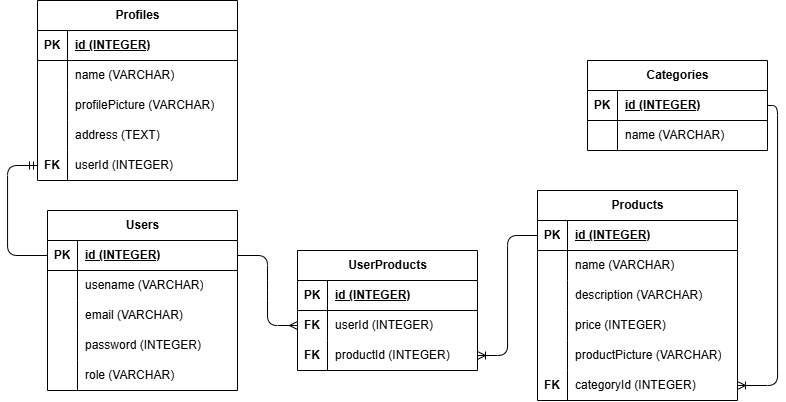
The draw.io diagram schema.drawio.png in MuhammadFarrasDaffa/pair-project-phase-1-HCK90, before a commit. Source tidied: cells renumbered, new cells last; positions are measured from the earlier drawing's top-left corner, leaving out a move shared by most shapes. Its diagram source:
```xml
<mxGraphModel>
  <root>
    <mxCell id="0" />
    <mxCell id="1" parent="0" />
    <mxCell id="2" value="Products" style="shape=table;startSize=30;rowLines=0;fontStyle=1;align=center;html=1;" parent="1" vertex="1">
      <mxGeometry x="530" y="190" width="200" height="210" as="geometry" />
    </mxCell>
    <mxCell id="3" style="shape=tableRow;horizontal=0;startSize=0;swimlaneHead=0;swimlaneBody=0;fillColor=none;points=[[0,0.5],[1,0.5]];portConstraint=eastwest;top=0;left=0;right=0;bottom=1;" parent="2" vertex="1">
      <mxGeometry y="30" width="200" height="30" as="geometry" />
    </mxCell>
    <mxCell id="4" value="PK" style="shape=partialRectangle;fillColor=none;top=0;left=0;bottom=0;right=0;fontStyle=1;overflow=hidden;whiteSpace=wrap;html=1;" parent="3" vertex="1">
      <mxGeometry width="30" height="30" as="geometry" />
    </mxCell>
    <mxCell id="5" value="id (INTEGER)" style="shape=partialRectangle;fillColor=none;top=0;left=0;bottom=0;right=0;align=left;spacingLeft=6;fontStyle=5;overflow=hidden;whiteSpace=wrap;html=1;" parent="3" vertex="1">
      <mxGeometry x="30" width="170" height="30" as="geometry" />
    </mxCell>
    <mxCell id="6" style="shape=tableRow;horizontal=0;startSize=0;swimlaneHead=0;swimlaneBody=0;fillColor=none;top=0;left=0;right=0;bottom=0;" parent="2" vertex="1">
      <mxGeometry y="60" width="200" height="30" as="geometry" />
    </mxCell>
    <mxCell id="7" style="shape=partialRectangle;fillColor=none;top=0;left=0;bottom=0;right=0;overflow=hidden;whiteSpace=wrap;html=1;" parent="6" vertex="1">
      <mxGeometry width="30" height="30" as="geometry" />
    </mxCell>
    <mxCell id="8" value="name (VARCHAR)" style="shape=partialRectangle;fillColor=none;top=0;left=0;bottom=0;right=0;align=left;spacingLeft=6;overflow=hidden;whiteSpace=wrap;html=1;" parent="6" vertex="1">
      <mxGeometry x="30" width="170" height="30" as="geometry" />
    </mxCell>
    <mxCell id="9" style="shape=tableRow;horizontal=0;startSize=0;swimlaneHead=0;swimlaneBody=0;fillColor=none;top=0;left=0;right=0;bottom=0;" parent="2" vertex="1">
      <mxGeometry y="90" width="200" height="30" as="geometry" />
    </mxCell>
    <mxCell id="10" style="shape=partialRectangle;fillColor=none;top=0;left=0;bottom=0;right=0;overflow=hidden;whiteSpace=wrap;html=1;" parent="9" vertex="1">
      <mxGeometry width="30" height="30" as="geometry" />
    </mxCell>
    <mxCell id="11" value="description (VARCHAR)" style="shape=partialRectangle;fillColor=none;top=0;left=0;bottom=0;right=0;align=left;spacingLeft=6;overflow=hidden;whiteSpace=wrap;html=1;" parent="9" vertex="1">
      <mxGeometry x="30" width="170" height="30" as="geometry" />
    </mxCell>
    <mxCell id="12" style="shape=tableRow;horizontal=0;startSize=0;swimlaneHead=0;swimlaneBody=0;fillColor=none;top=0;left=0;right=0;bottom=0;" parent="2" vertex="1">
      <mxGeometry y="120" width="200" height="30" as="geometry" />
    </mxCell>
    <mxCell id="13" style="shape=partialRectangle;fillColor=none;top=0;left=0;bottom=0;right=0;overflow=hidden;whiteSpace=wrap;html=1;" parent="12" vertex="1">
      <mxGeometry width="30" height="30" as="geometry" />
    </mxCell>
    <mxCell id="14" value="price (INTEGER)" style="shape=partialRectangle;fillColor=none;top=0;left=0;bottom=0;right=0;align=left;spacingLeft=6;overflow=hidden;whiteSpace=wrap;html=1;" parent="12" vertex="1">
      <mxGeometry x="30" width="170" height="30" as="geometry" />
    </mxCell>
    <mxCell id="15" style="shape=tableRow;horizontal=0;startSize=0;swimlaneHead=0;swimlaneBody=0;fillColor=none;top=0;left=0;right=0;bottom=0;" parent="2" vertex="1">
      <mxGeometry y="150" width="200" height="30" as="geometry" />
    </mxCell>
    <mxCell id="16" style="shape=partialRectangle;fillColor=none;top=0;left=0;bottom=0;right=0;overflow=hidden;whiteSpace=wrap;html=1;" parent="15" vertex="1">
      <mxGeometry width="30" height="30" as="geometry" />
    </mxCell>
    <mxCell id="17" value="productPicture (VARCHAR)" style="shape=partialRectangle;fillColor=none;top=0;left=0;bottom=0;right=0;align=left;spacingLeft=6;overflow=hidden;whiteSpace=wrap;html=1;" parent="15" vertex="1">
      <mxGeometry x="30" width="170" height="30" as="geometry" />
    </mxCell>
    <mxCell id="18" style="shape=tableRow;horizontal=0;startSize=0;swimlaneHead=0;swimlaneBody=0;fillColor=none;points=[[0,0.5],[1,0.5]];portConstraint=eastwest;top=0;left=0;right=0;bottom=0;" parent="2" vertex="1">
      <mxGeometry y="180" width="200" height="30" as="geometry" />
    </mxCell>
    <mxCell id="19" value="&lt;b&gt;FK&lt;/b&gt;" style="shape=partialRectangle;fillColor=none;top=0;left=0;bottom=0;right=0;overflow=hidden;whiteSpace=wrap;html=1;" parent="18" vertex="1">
      <mxGeometry width="30" height="30" as="geometry" />
    </mxCell>
    <mxCell id="20" value="categoryId (INTEGER)" style="shape=partialRectangle;fillColor=none;top=0;left=0;bottom=0;right=0;align=left;spacingLeft=6;overflow=hidden;whiteSpace=wrap;html=1;" parent="18" vertex="1">
      <mxGeometry x="30" width="170" height="30" as="geometry" />
    </mxCell>
    <mxCell id="21" value="Categories" style="shape=table;startSize=30;rowLines=0;fontStyle=1;align=center;html=1;" parent="1" vertex="1">
      <mxGeometry x="580" y="60" width="180" height="90" as="geometry" />
    </mxCell>
    <mxCell id="22" style="shape=tableRow;horizontal=0;startSize=0;swimlaneHead=0;swimlaneBody=0;fillColor=none;points=[[0,0.5],[1,0.5]];portConstraint=eastwest;top=0;left=0;right=0;bottom=1;" parent="21" vertex="1">
      <mxGeometry y="30" width="180" height="30" as="geometry" />
    </mxCell>
    <mxCell id="23" value="PK" style="shape=partialRectangle;fillColor=none;top=0;left=0;bottom=0;right=0;fontStyle=1;overflow=hidden;whiteSpace=wrap;html=1;" parent="22" vertex="1">
      <mxGeometry width="30" height="30" as="geometry" />
    </mxCell>
    <mxCell id="24" value="id (INTEGER)" style="shape=partialRectangle;fillColor=none;top=0;left=0;bottom=0;right=0;align=left;spacingLeft=6;fontStyle=5;overflow=hidden;whiteSpace=wrap;html=1;" parent="22" vertex="1">
      <mxGeometry x="30" width="150" height="30" as="geometry" />
    </mxCell>
    <mxCell id="25" style="shape=tableRow;horizontal=0;startSize=0;swimlaneHead=0;swimlaneBody=0;fillColor=none;top=0;left=0;right=0;bottom=0;" parent="21" vertex="1">
      <mxGeometry y="60" width="180" height="30" as="geometry" />
    </mxCell>
    <mxCell id="26" style="shape=partialRectangle;fillColor=none;top=0;left=0;bottom=0;right=0;overflow=hidden;whiteSpace=wrap;html=1;" parent="25" vertex="1">
      <mxGeometry width="30" height="30" as="geometry" />
    </mxCell>
    <mxCell id="27" value="name (VARCHAR)" style="shape=partialRectangle;fillColor=none;top=0;left=0;bottom=0;right=0;align=left;spacingLeft=6;overflow=hidden;whiteSpace=wrap;html=1;" parent="25" vertex="1">
      <mxGeometry x="30" width="150" height="30" as="geometry" />
    </mxCell>
    <mxCell id="28" style="edgeStyle=orthogonalEdgeStyle;fontSize=12;html=1;endArrow=ERoneToMany;exitX=1;exitY=0.5;exitDx=0;exitDy=0;entryX=1;entryY=0.5;entryDx=0;entryDy=0;" parent="1" edge="1" source="22" target="18">
      <mxGeometry relative="1" as="geometry" />
    </mxCell>
    <mxCell id="29" value="Users" style="shape=table;startSize=30;rowLines=0;fontStyle=1;align=center;html=1;" parent="1" vertex="1">
      <mxGeometry x="40" y="210" width="190" height="180" as="geometry" />
    </mxCell>
    <mxCell id="30" style="shape=tableRow;horizontal=0;startSize=0;swimlaneHead=0;swimlaneBody=0;fillColor=none;points=[[0,0.5],[1,0.5]];portConstraint=eastwest;top=0;left=0;right=0;bottom=1;" parent="29" vertex="1">
      <mxGeometry y="30" width="190" height="30" as="geometry" />
    </mxCell>
    <mxCell id="31" value="PK" style="shape=partialRectangle;fillColor=none;top=0;left=0;bottom=0;right=0;fontStyle=1;overflow=hidden;whiteSpace=wrap;html=1;" parent="30" vertex="1">
      <mxGeometry width="30" height="30" as="geometry" />
    </mxCell>
    <mxCell id="32" value="id (INTEGER)" style="shape=partialRectangle;fillColor=none;top=0;left=0;bottom=0;right=0;align=left;spacingLeft=6;fontStyle=5;overflow=hidden;whiteSpace=wrap;html=1;" parent="30" vertex="1">
      <mxGeometry x="30" width="160" height="30" as="geometry" />
    </mxCell>
    <mxCell id="33" style="shape=tableRow;horizontal=0;startSize=0;swimlaneHead=0;swimlaneBody=0;fillColor=none;top=0;left=0;right=0;bottom=0;" parent="29" vertex="1">
      <mxGeometry y="60" width="190" height="30" as="geometry" />
    </mxCell>
    <mxCell id="34" style="shape=partialRectangle;fillColor=none;top=0;left=0;bottom=0;right=0;overflow=hidden;whiteSpace=wrap;html=1;" parent="33" vertex="1">
      <mxGeometry width="30" height="30" as="geometry" />
    </mxCell>
    <mxCell id="35" value="usename (VARCHAR)" style="shape=partialRectangle;fillColor=none;top=0;left=0;bottom=0;right=0;align=left;spacingLeft=6;overflow=hidden;whiteSpace=wrap;html=1;" parent="33" vertex="1">
      <mxGeometry x="30" width="160" height="30" as="geometry" />
    </mxCell>
    <mxCell id="36" style="shape=tableRow;horizontal=0;startSize=0;swimlaneHead=0;swimlaneBody=0;fillColor=none;top=0;left=0;right=0;bottom=0;" parent="29" vertex="1">
      <mxGeometry y="90" width="190" height="30" as="geometry" />
    </mxCell>
    <mxCell id="37" style="shape=partialRectangle;fillColor=none;top=0;left=0;bottom=0;right=0;overflow=hidden;whiteSpace=wrap;html=1;" parent="36" vertex="1">
      <mxGeometry width="30" height="30" as="geometry" />
    </mxCell>
    <mxCell id="38" value="email (VARCHAR)" style="shape=partialRectangle;fillColor=none;top=0;left=0;bottom=0;right=0;align=left;spacingLeft=6;overflow=hidden;whiteSpace=wrap;html=1;" parent="36" vertex="1">
      <mxGeometry x="30" width="160" height="30" as="geometry" />
    </mxCell>
    <mxCell id="39" style="shape=tableRow;horizontal=0;startSize=0;swimlaneHead=0;swimlaneBody=0;fillColor=none;top=0;left=0;right=0;bottom=0;" parent="29" vertex="1">
      <mxGeometry y="120" width="190" height="30" as="geometry" />
    </mxCell>
    <mxCell id="40" style="shape=partialRectangle;fillColor=none;top=0;left=0;bottom=0;right=0;overflow=hidden;whiteSpace=wrap;html=1;" parent="39" vertex="1">
      <mxGeometry width="30" height="30" as="geometry" />
    </mxCell>
    <mxCell id="41" value="password (INTEGER)" style="shape=partialRectangle;fillColor=none;top=0;left=0;bottom=0;right=0;align=left;spacingLeft=6;overflow=hidden;whiteSpace=wrap;html=1;" parent="39" vertex="1">
      <mxGeometry x="30" width="160" height="30" as="geometry" />
    </mxCell>
    <mxCell id="42" style="shape=tableRow;horizontal=0;startSize=0;swimlaneHead=0;swimlaneBody=0;fillColor=none;top=0;left=0;right=0;bottom=0;" parent="29" vertex="1">
      <mxGeometry y="150" width="190" height="30" as="geometry" />
    </mxCell>
    <mxCell id="43" style="shape=partialRectangle;fillColor=none;top=0;left=0;bottom=0;right=0;overflow=hidden;whiteSpace=wrap;html=1;" parent="42" vertex="1">
      <mxGeometry width="30" height="30" as="geometry" />
    </mxCell>
    <mxCell id="44" value="role (VARCHAR)" style="shape=partialRectangle;fillColor=none;top=0;left=0;bottom=0;right=0;align=left;spacingLeft=6;overflow=hidden;whiteSpace=wrap;html=1;" parent="42" vertex="1">
      <mxGeometry x="30" width="160" height="30" as="geometry" />
    </mxCell>
    <mxCell id="45" value="UserProducts" style="shape=table;startSize=30;rowLines=0;fontStyle=1;align=center;html=1;" parent="1" vertex="1">
      <mxGeometry x="290" y="250" width="180" height="120" as="geometry" />
    </mxCell>
    <mxCell id="46" style="shape=tableRow;horizontal=0;startSize=0;swimlaneHead=0;swimlaneBody=0;fillColor=none;top=0;left=0;right=0;bottom=1;" parent="45" vertex="1">
      <mxGeometry y="30" width="180" height="30" as="geometry" />
    </mxCell>
    <mxCell id="47" value="PK" style="shape=partialRectangle;fillColor=none;top=0;left=0;bottom=0;right=0;fontStyle=1;overflow=hidden;whiteSpace=wrap;html=1;" parent="46" vertex="1">
      <mxGeometry width="30" height="30" as="geometry" />
    </mxCell>
    <mxCell id="48" value="id (INTEGER)" style="shape=partialRectangle;fillColor=none;top=0;left=0;bottom=0;right=0;align=left;spacingLeft=6;fontStyle=5;overflow=hidden;whiteSpace=wrap;html=1;" parent="46" vertex="1">
      <mxGeometry x="30" width="150" height="30" as="geometry" />
    </mxCell>
    <mxCell id="49" style="shape=tableRow;horizontal=0;startSize=0;swimlaneHead=0;swimlaneBody=0;fillColor=none;points=[[0,0.5],[1,0.5]];portConstraint=eastwest;top=0;left=0;right=0;bottom=0;" parent="45" vertex="1">
      <mxGeometry y="60" width="180" height="30" as="geometry" />
    </mxCell>
    <mxCell id="50" value="&lt;b&gt;FK&lt;/b&gt;" style="shape=partialRectangle;fillColor=none;top=0;left=0;bottom=0;right=0;overflow=hidden;whiteSpace=wrap;html=1;" parent="49" vertex="1">
      <mxGeometry width="30" height="30" as="geometry" />
    </mxCell>
    <mxCell id="51" value="userId (INTEGER)" style="shape=partialRectangle;fillColor=none;top=0;left=0;bottom=0;right=0;align=left;spacingLeft=6;overflow=hidden;whiteSpace=wrap;html=1;" parent="49" vertex="1">
      <mxGeometry x="30" width="150" height="30" as="geometry" />
    </mxCell>
    <mxCell id="52" style="shape=tableRow;horizontal=0;startSize=0;swimlaneHead=0;swimlaneBody=0;fillColor=none;points=[[0,0.5],[1,0.5]];portConstraint=eastwest;top=0;left=0;right=0;bottom=0;" parent="45" vertex="1">
      <mxGeometry y="90" width="180" height="30" as="geometry" />
    </mxCell>
    <mxCell id="53" value="&lt;b&gt;FK&lt;/b&gt;" style="shape=partialRectangle;fillColor=none;top=0;left=0;bottom=0;right=0;overflow=hidden;whiteSpace=wrap;html=1;" parent="52" vertex="1">
      <mxGeometry width="30" height="30" as="geometry" />
    </mxCell>
    <mxCell id="54" value="productId (INTEGER)" style="shape=partialRectangle;fillColor=none;top=0;left=0;bottom=0;right=0;align=left;spacingLeft=6;overflow=hidden;whiteSpace=wrap;html=1;" parent="52" vertex="1">
      <mxGeometry x="30" width="150" height="30" as="geometry" />
    </mxCell>
    <mxCell id="55" style="edgeStyle=entityRelationEdgeStyle;fontSize=12;html=1;endArrow=ERmany;exitX=1;exitY=0.5;exitDx=0;exitDy=0;entryX=0;entryY=0.5;entryDx=0;entryDy=0;" parent="1" edge="1" source="30" target="49">
      <mxGeometry relative="1" as="geometry">
        <Array as="points">
          <mxPoint x="430" y="410" />
        </Array>
      </mxGeometry>
    </mxCell>
    <mxCell id="56" style="edgeStyle=orthogonalEdgeStyle;fontSize=12;html=1;endArrow=ERoneToMany;exitX=0;exitY=0.5;exitDx=0;exitDy=0;entryX=1;entryY=0.5;entryDx=0;entryDy=0;" parent="1" edge="1" source="3" target="52">
      <mxGeometry relative="1" as="geometry" />
    </mxCell>
    <mxCell id="57" value="Profiles" style="shape=table;startSize=30;rowLines=0;fontStyle=1;align=center;html=1;" parent="1" vertex="1">
      <mxGeometry x="30" width="200" height="180" as="geometry" />
    </mxCell>
    <mxCell id="58" style="shape=tableRow;horizontal=0;startSize=0;swimlaneHead=0;swimlaneBody=0;fillColor=none;top=0;left=0;right=0;bottom=1;" parent="57" vertex="1">
      <mxGeometry y="30" width="200" height="30" as="geometry" />
    </mxCell>
    <mxCell id="59" value="PK" style="shape=partialRectangle;fillColor=none;top=0;left=0;bottom=0;right=0;fontStyle=1;overflow=hidden;whiteSpace=wrap;html=1;" parent="58" vertex="1">
      <mxGeometry width="30" height="30" as="geometry" />
    </mxCell>
    <mxCell id="60" value="id (INTEGER)" style="shape=partialRectangle;fillColor=none;top=0;left=0;bottom=0;right=0;align=left;spacingLeft=6;fontStyle=5;overflow=hidden;whiteSpace=wrap;html=1;" parent="58" vertex="1">
      <mxGeometry x="30" width="170" height="30" as="geometry" />
    </mxCell>
    <mxCell id="61" style="shape=tableRow;horizontal=0;startSize=0;swimlaneHead=0;swimlaneBody=0;fillColor=none;top=0;left=0;right=0;bottom=0;" parent="57" vertex="1">
      <mxGeometry y="60" width="200" height="30" as="geometry" />
    </mxCell>
    <mxCell id="62" style="shape=partialRectangle;fillColor=none;top=0;left=0;bottom=0;right=0;overflow=hidden;whiteSpace=wrap;html=1;" parent="61" vertex="1">
      <mxGeometry width="30" height="30" as="geometry" />
    </mxCell>
    <mxCell id="63" value="name (VARCHAR)" style="shape=partialRectangle;fillColor=none;top=0;left=0;bottom=0;right=0;align=left;spacingLeft=6;overflow=hidden;whiteSpace=wrap;html=1;" parent="61" vertex="1">
      <mxGeometry x="30" width="170" height="30" as="geometry" />
    </mxCell>
    <mxCell id="64" style="shape=tableRow;horizontal=0;startSize=0;swimlaneHead=0;swimlaneBody=0;fillColor=none;top=0;left=0;right=0;bottom=0;" parent="57" vertex="1">
      <mxGeometry y="90" width="200" height="30" as="geometry" />
    </mxCell>
    <mxCell id="65" style="shape=partialRectangle;fillColor=none;top=0;left=0;bottom=0;right=0;overflow=hidden;whiteSpace=wrap;html=1;" parent="64" vertex="1">
      <mxGeometry width="30" height="30" as="geometry" />
    </mxCell>
    <mxCell id="66" value="profilePicture (VARCHAR)" style="shape=partialRectangle;fillColor=none;top=0;left=0;bottom=0;right=0;align=left;spacingLeft=6;overflow=hidden;whiteSpace=wrap;html=1;" parent="64" vertex="1">
      <mxGeometry x="30" width="170" height="30" as="geometry" />
    </mxCell>
    <mxCell id="67" style="shape=tableRow;horizontal=0;startSize=0;swimlaneHead=0;swimlaneBody=0;fillColor=none;top=0;left=0;right=0;bottom=0;" parent="57" vertex="1">
      <mxGeometry y="120" width="200" height="30" as="geometry" />
    </mxCell>
    <mxCell id="68" style="shape=partialRectangle;fillColor=none;top=0;left=0;bottom=0;right=0;overflow=hidden;whiteSpace=wrap;html=1;" parent="67" vertex="1">
      <mxGeometry width="30" height="30" as="geometry" />
    </mxCell>
    <mxCell id="69" value="address (TEXT)" style="shape=partialRectangle;fillColor=none;top=0;left=0;bottom=0;right=0;align=left;spacingLeft=6;overflow=hidden;whiteSpace=wrap;html=1;" parent="67" vertex="1">
      <mxGeometry x="30" width="170" height="30" as="geometry" />
    </mxCell>
    <mxCell id="70" style="shape=tableRow;horizontal=0;startSize=0;swimlaneHead=0;swimlaneBody=0;fillColor=none;points=[[0,0.5],[1,0.5]];portConstraint=eastwest;top=0;left=0;right=0;bottom=0;" parent="57" vertex="1">
      <mxGeometry y="150" width="200" height="30" as="geometry" />
    </mxCell>
    <mxCell id="71" value="&lt;b&gt;FK&lt;/b&gt;" style="shape=partialRectangle;fillColor=none;top=0;left=0;bottom=0;right=0;overflow=hidden;whiteSpace=wrap;html=1;" parent="70" vertex="1">
      <mxGeometry width="30" height="30" as="geometry" />
    </mxCell>
    <mxCell id="72" value="userId (INTEGER)" style="shape=partialRectangle;fillColor=none;top=0;left=0;bottom=0;right=0;align=left;spacingLeft=6;overflow=hidden;whiteSpace=wrap;html=1;" parent="70" vertex="1">
      <mxGeometry x="30" width="170" height="30" as="geometry" />
    </mxCell>
    <mxCell id="73" style="edgeStyle=orthogonalEdgeStyle;fontSize=12;html=1;endArrow=ERmandOne;exitX=0;exitY=0.5;exitDx=0;exitDy=0;entryX=0;entryY=0.5;entryDx=0;entryDy=0;" parent="1" edge="1" source="30" target="70">
      <mxGeometry relative="1" as="geometry">
        <Array as="points">
          <mxPoint y="255" />
          <mxPoint y="165" />
        </Array>
      </mxGeometry>
    </mxCell>
  </root>
</mxGraphModel>
```
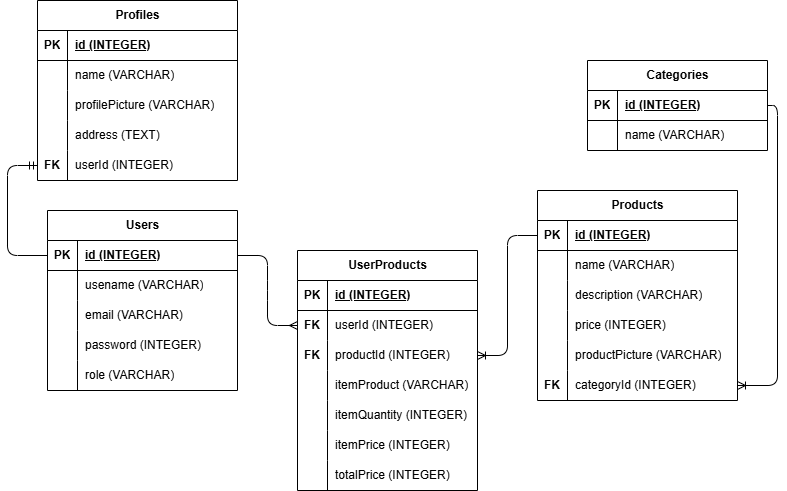
After the commit.

What changed in the source:
```diff
@@ -132,7 +132,7 @@
       <mxGeometry x="30" width="160" height="30" as="geometry" />
     </mxCell>
     <mxCell id="45" value="UserProducts" style="shape=table;startSize=30;rowLines=0;fontStyle=1;align=center;html=1;" parent="1" vertex="1">
-      <mxGeometry x="290" y="250" width="180" height="120" as="geometry" />
+      <mxGeometry x="290" y="250" width="180" height="240" as="geometry" />
     </mxCell>
     <mxCell id="46" style="shape=tableRow;horizontal=0;startSize=0;swimlaneHead=0;swimlaneBody=0;fillColor=none;top=0;left=0;right=0;bottom=1;" parent="45" vertex="1">
       <mxGeometry y="30" width="180" height="30" as="geometry" />
@@ -161,6 +161,42 @@
     <mxCell id="54" value="productId (INTEGER)" style="shape=partialRectangle;fillColor=none;top=0;left=0;bottom=0;right=0;align=left;spacingLeft=6;overflow=hidden;whiteSpace=wrap;html=1;" parent="52" vertex="1">
       <mxGeometry x="30" width="150" height="30" as="geometry" />
     </mxCell>
+    <mxCell id="74" style="shape=tableRow;horizontal=0;startSize=0;swimlaneHead=0;swimlaneBody=0;fillColor=none;top=0;left=0;right=0;bottom=0;" parent="45" vertex="1">
+      <mxGeometry y="120" width="180" height="30" as="geometry" />
+    </mxCell>
+    <mxCell id="75" style="shape=partialRectangle;fillColor=none;top=0;left=0;bottom=0;right=0;overflow=hidden;whiteSpace=wrap;html=1;" parent="74" vertex="1">
+      <mxGeometry width="30" height="30" as="geometry" />
+    </mxCell>
+    <mxCell id="76" value="itemProduct (VARCHAR)" style="shape=partialRectangle;fillColor=none;top=0;left=0;bottom=0;right=0;align=left;spacingLeft=6;overflow=hidden;whiteSpace=wrap;html=1;" parent="74" vertex="1">
+      <mxGeometry x="30" width="150" height="30" as="geometry" />
+    </mxCell>
+    <mxCell id="77" style="shape=tableRow;horizontal=0;startSize=0;swimlaneHead=0;swimlaneBody=0;fillColor=none;top=0;left=0;right=0;bottom=0;" parent="45" vertex="1">
+      <mxGeometry y="150" width="180" height="30" as="geometry" />
+    </mxCell>
+    <mxCell id="78" style="shape=partialRectangle;fillColor=none;top=0;left=0;bottom=0;right=0;overflow=hidden;whiteSpace=wrap;html=1;" parent="77" vertex="1">
+      <mxGeometry width="30" height="30" as="geometry" />
+    </mxCell>
+    <mxCell id="79" value="itemQuantity (INTEGER)" style="shape=partialRectangle;fillColor=none;top=0;left=0;bottom=0;right=0;align=left;spacingLeft=6;overflow=hidden;whiteSpace=wrap;html=1;" parent="77" vertex="1">
+      <mxGeometry x="30" width="150" height="30" as="geometry" />
+    </mxCell>
+    <mxCell id="80" style="shape=tableRow;horizontal=0;startSize=0;swimlaneHead=0;swimlaneBody=0;fillColor=none;top=0;left=0;right=0;bottom=0;" parent="45" vertex="1">
+      <mxGeometry y="180" width="180" height="30" as="geometry" />
+    </mxCell>
+    <mxCell id="81" style="shape=partialRectangle;fillColor=none;top=0;left=0;bottom=0;right=0;overflow=hidden;whiteSpace=wrap;html=1;" parent="80" vertex="1">
+      <mxGeometry width="30" height="30" as="geometry" />
+    </mxCell>
+    <mxCell id="82" value="itemPrice (INTEGER)" style="shape=partialRectangle;fillColor=none;top=0;left=0;bottom=0;right=0;align=left;spacingLeft=6;overflow=hidden;whiteSpace=wrap;html=1;" parent="80" vertex="1">
+      <mxGeometry x="30" width="150" height="30" as="geometry" />
+    </mxCell>
+    <mxCell id="83" style="shape=tableRow;horizontal=0;startSize=0;swimlaneHead=0;swimlaneBody=0;fillColor=none;top=0;left=0;right=0;bottom=0;" parent="45" vertex="1">
+      <mxGeometry y="210" width="180" height="30" as="geometry" />
+    </mxCell>
+    <mxCell id="84" style="shape=partialRectangle;fillColor=none;top=0;left=0;bottom=0;right=0;overflow=hidden;whiteSpace=wrap;html=1;" parent="83" vertex="1">
+      <mxGeometry width="30" height="30" as="geometry" />
+    </mxCell>
+    <mxCell id="85" value="totalPrice (INTEGER)" style="shape=partialRectangle;fillColor=none;top=0;left=0;bottom=0;right=0;align=left;spacingLeft=6;overflow=hidden;whiteSpace=wrap;html=1;" parent="83" vertex="1">
+      <mxGeometry x="30" width="150" height="30" as="geometry" />
+    </mxCell>
     <mxCell id="55" style="edgeStyle=entityRelationEdgeStyle;fontSize=12;html=1;endArrow=ERmany;exitX=1;exitY=0.5;exitDx=0;exitDy=0;entryX=0;entryY=0.5;entryDx=0;entryDy=0;" parent="1" edge="1" source="30" target="49">
       <mxGeometry relative="1" as="geometry">
         <Array as="points">
```
